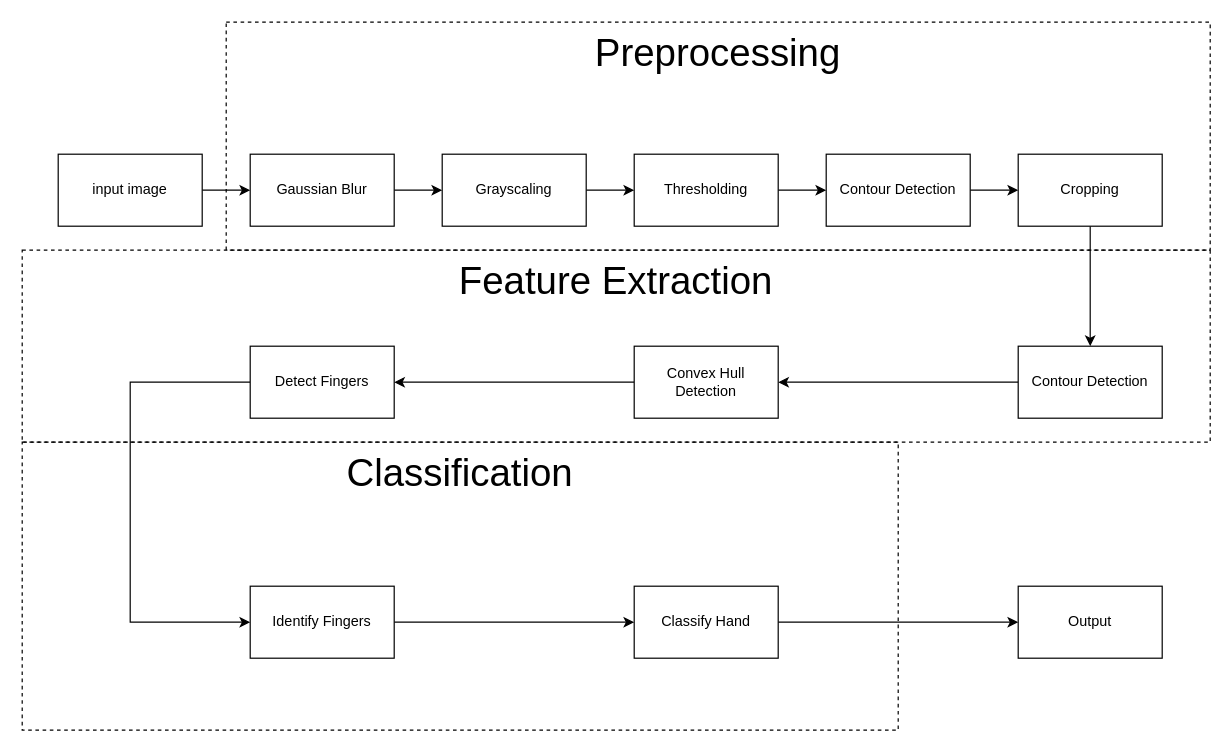
Before: diagrams/pipeline.drawio in PelleSwelle/MED3-project, a draw.io diagram. Source tidied: cells renumbered, new cells numbered last; positions are measured from the earlier drawing's top-left corner, leaving out a move shared by most shapes. Both pictures are drawn from the tidied source at 120%, with x=0, y=0 at pixel (22, 22).
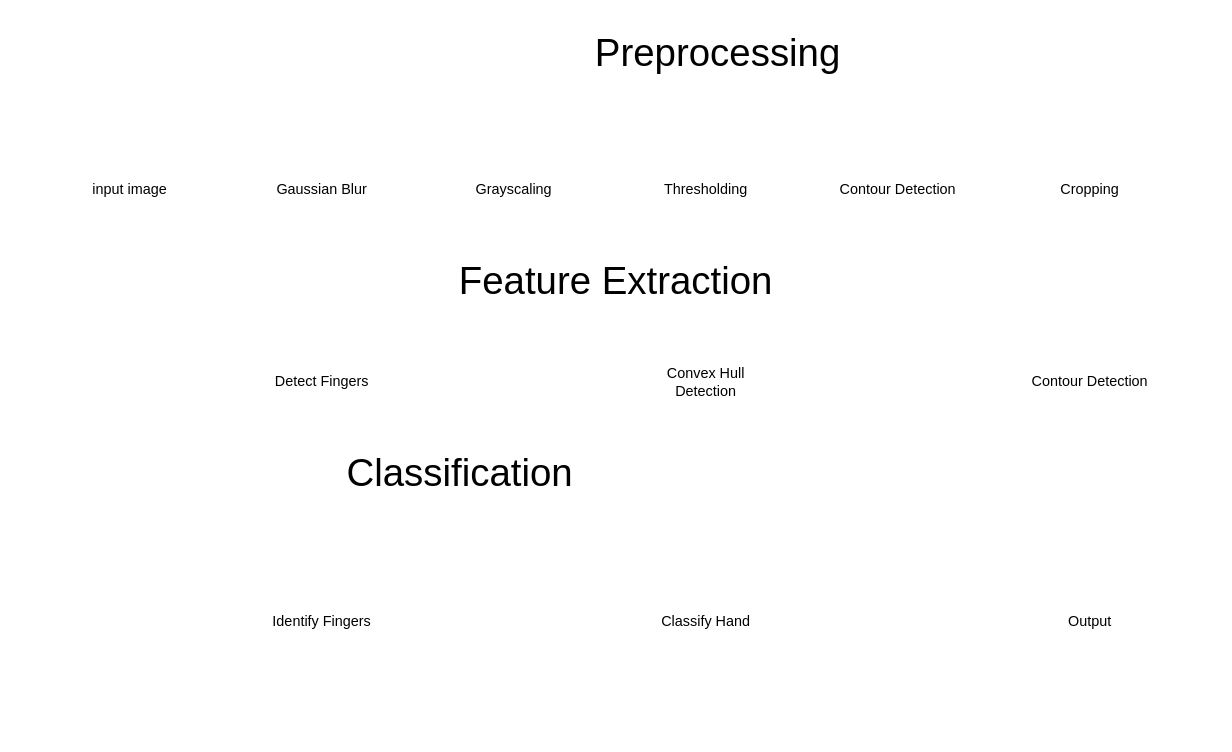
The same diagram, later.

What changed in the source:
```diff
@@
-    <mxCell id="2" style="edgeStyle=orthogonalEdgeStyle;rounded=0;jettySize=auto;html=1;entryX=0;entryY=0.5;entryDx=0;entryDy=0;fontSize=32;" parent="1" edge="1" source="3" target="6">
+    <mxCell id="2" style="edgeStyle=orthogonalEdgeStyle;rounded=0;jettySize=auto;html=1;entryX=0;entryY=0.5;entryDx=0;entryDy=0;fontSize=32;strokeWidth=3;strokeColor=#FFFFFF;" parent="1" edge="1" source="3" target="6">
       <mxGeometry relative="1" as="geometry" />
     </mxCell>
-    <mxCell id="3" value="input image" style="rounded=0;whiteSpace=wrap;html=1;" parent="1" vertex="1">
+    <mxCell id="3" value="input image" style="rounded=0;whiteSpace=wrap;html=1;strokeWidth=3;strokeColor=#FFFFFF;" parent="1" vertex="1">
       <mxGeometry x="30" y="110" width="120" height="60" as="geometry" />
     </mxCell>
-    <mxCell id="4" value="Output" style="rounded=0;whiteSpace=wrap;html=1;" parent="1" vertex="1">
+    <mxCell id="4" value="Output" style="rounded=0;whiteSpace=wrap;html=1;strokeWidth=3;strokeColor=#FFFFFF;" parent="1" vertex="1">
       <mxGeometry x="830" y="470" width="120" height="60" as="geometry" />
     </mxCell>
-    <mxCell id="5" style="edgeStyle=orthogonalEdgeStyle;rounded=0;jettySize=auto;html=1;entryX=0;entryY=0.5;entryDx=0;entryDy=0;fontSize=32;" parent="1" edge="1" source="6" target="8">
+    <mxCell id="5" style="edgeStyle=orthogonalEdgeStyle;rounded=0;jettySize=auto;html=1;entryX=0;entryY=0.5;entryDx=0;entryDy=0;fontSize=32;strokeWidth=3;strokeColor=#FFFFFF;" parent="1" edge="1" source="6" target="8">
       <mxGeometry relative="1" as="geometry" />
     </mxCell>
-    <mxCell id="6" value="Gaussian Blur" style="rounded=0;whiteSpace=wrap;html=1;" parent="1" vertex="1">
+    <mxCell id="6" value="Gaussian Blur" style="rounded=0;whiteSpace=wrap;html=1;strokeWidth=3;strokeColor=#FFFFFF;" parent="1" vertex="1">
       <mxGeometry x="190" y="110" width="120" height="60" as="geometry" />
     </mxCell>
-    <mxCell id="7" style="edgeStyle=orthogonalEdgeStyle;rounded=0;jettySize=auto;html=1;entryX=0;entryY=0.5;entryDx=0;entryDy=0;fontSize=32;" parent="1" edge="1" source="8" target="10">
+    <mxCell id="7" style="edgeStyle=orthogonalEdgeStyle;rounded=0;jettySize=auto;html=1;entryX=0;entryY=0.5;entryDx=0;entryDy=0;fontSize=32;strokeWidth=3;strokeColor=#FFFFFF;" parent="1" edge="1" source="8" target="10">
       <mxGeometry relative="1" as="geometry" />
     </mxCell>
-    <mxCell id="8" value="Grayscaling" style="rounded=0;whiteSpace=wrap;html=1;" parent="1" vertex="1">
+    <mxCell id="8" value="Grayscaling" style="rounded=0;whiteSpace=wrap;html=1;strokeWidth=3;strokeColor=#FFFFFF;" parent="1" vertex="1">
       <mxGeometry x="350" y="110" width="120" height="60" as="geometry" />
     </mxCell>
-    <mxCell id="9" style="edgeStyle=orthogonalEdgeStyle;rounded=0;jettySize=auto;html=1;entryX=0;entryY=0.5;entryDx=0;entryDy=0;fontSize=32;" parent="1" edge="1" source="10" target="12">
+    <mxCell id="9" style="edgeStyle=orthogonalEdgeStyle;rounded=0;jettySize=auto;html=1;entryX=0;entryY=0.5;entryDx=0;entryDy=0;fontSize=32;strokeWidth=3;strokeColor=#FFFFFF;" parent="1" edge="1" source="10" target="12">
       <mxGeometry relative="1" as="geometry" />
     </mxCell>
-    <mxCell id="10" value="Thresholding" style="rounded=0;whiteSpace=wrap;html=1;" parent="1" vertex="1">
+    <mxCell id="10" value="Thresholding" style="rounded=0;whiteSpace=wrap;html=1;strokeWidth=3;strokeColor=#FFFFFF;" parent="1" vertex="1">
       <mxGeometry x="510" y="110" width="120" height="60" as="geometry" />
     </mxCell>
-    <mxCell id="11" style="edgeStyle=orthogonalEdgeStyle;rounded=0;jettySize=auto;html=1;entryX=0;entryY=0.5;entryDx=0;entryDy=0;fontSize=32;" parent="1" edge="1" source="12" target="14">
+    <mxCell id="11" style="edgeStyle=orthogonalEdgeStyle;rounded=0;jettySize=auto;html=1;entryX=0;entryY=0.5;entryDx=0;entryDy=0;fontSize=32;strokeWidth=3;strokeColor=#FFFFFF;" parent="1" edge="1" source="12" target="14">
       <mxGeometry relative="1" as="geometry" />
     </mxCell>
-    <mxCell id="12" value="Contour Detection" style="rounded=0;whiteSpace=wrap;html=1;" parent="1" vertex="1">
+    <mxCell id="12" value="Contour Detection" style="rounded=0;whiteSpace=wrap;html=1;strokeWidth=3;strokeColor=#FFFFFF;" parent="1" vertex="1">
       <mxGeometry x="670" y="110" width="120" height="60" as="geometry" />
     </mxCell>
-    <mxCell id="13" style="edgeStyle=orthogonalEdgeStyle;rounded=0;jettySize=auto;html=1;entryX=0.5;entryY=0;entryDx=0;entryDy=0;fontSize=32;" parent="1" edge="1" source="14" target="16">
+    <mxCell id="13" style="edgeStyle=orthogonalEdgeStyle;rounded=0;jettySize=auto;html=1;entryX=0.5;entryY=0;entryDx=0;entryDy=0;fontSize=32;strokeWidth=3;strokeColor=#FFFFFF;" parent="1" edge="1" source="14" target="16">
       <mxGeometry relative="1" as="geometry" />
     </mxCell>
-    <mxCell id="14" value="Cropping" style="rounded=0;whiteSpace=wrap;html=1;" parent="1" vertex="1">
+    <mxCell id="14" value="Cropping" style="rounded=0;whiteSpace=wrap;html=1;strokeWidth=3;strokeColor=#FFFFFF;" parent="1" vertex="1">
       <mxGeometry x="830" y="110" width="120" height="60" as="geometry" />
     </mxCell>
-    <mxCell id="15" style="edgeStyle=orthogonalEdgeStyle;rounded=0;jettySize=auto;html=1;entryX=1;entryY=0.5;entryDx=0;entryDy=0;fontSize=32;" parent="1" edge="1" source="16" target="18">
+    <mxCell id="15" style="edgeStyle=orthogonalEdgeStyle;rounded=0;jettySize=auto;html=1;entryX=1;entryY=0.5;entryDx=0;entryDy=0;fontSize=32;strokeWidth=3;strokeColor=#FFFFFF;" parent="1" edge="1" source="16" target="18">
       <mxGeometry relative="1" as="geometry" />
     </mxCell>
-    <mxCell id="16" value="Contour Detection" style="rounded=0;whiteSpace=wrap;html=1;" parent="1" vertex="1">
+    <mxCell id="16" value="Contour Detection" style="rounded=0;whiteSpace=wrap;html=1;strokeWidth=3;strokeColor=#FFFFFF;" parent="1" vertex="1">
       <mxGeometry x="830" y="270" width="120" height="60" as="geometry" />
     </mxCell>
-    <mxCell id="17" style="edgeStyle=orthogonalEdgeStyle;rounded=0;jettySize=auto;html=1;entryX=1;entryY=0.5;entryDx=0;entryDy=0;fontSize=32;" parent="1" edge="1" source="18" target="20">
+    <mxCell id="17" style="edgeStyle=orthogonalEdgeStyle;rounded=0;jettySize=auto;html=1;entryX=1;entryY=0.5;entryDx=0;entryDy=0;fontSize=32;strokeWidth=3;strokeColor=#FFFFFF;" parent="1" edge="1" source="18" target="20">
       <mxGeometry relative="1" as="geometry" />
     </mxCell>
-    <mxCell id="18" value="Convex Hull Detection" style="rounded=0;whiteSpace=wrap;html=1;" parent="1" vertex="1">
+    <mxCell id="18" value="Convex Hull Detection" style="rounded=0;whiteSpace=wrap;html=1;strokeWidth=3;strokeColor=#FFFFFF;" parent="1" vertex="1">
       <mxGeometry x="510" y="270" width="120" height="60" as="geometry" />
     </mxCell>
-    <mxCell id="19" style="edgeStyle=orthogonalEdgeStyle;rounded=0;jettySize=auto;html=1;entryX=0;entryY=0.5;entryDx=0;entryDy=0;fontSize=32;" parent="1" edge="1" source="20" target="22">
+    <mxCell id="19" style="edgeStyle=orthogonalEdgeStyle;rounded=0;jettySize=auto;html=1;entryX=0;entryY=0.5;entryDx=0;entryDy=0;fontSize=32;strokeWidth=3;strokeColor=#FFFFFF;" parent="1" edge="1" source="20" target="22">
       <mxGeometry relative="1" as="geometry">
         <Array as="points">
           <mxPoint x="90" y="300" />
           <mxPoint x="90" y="500" />
         </Array>
       </mxGeometry>
     </mxCell>
-    <mxCell id="20" value="Detect Fingers" style="rounded=0;whiteSpace=wrap;html=1;" parent="1" vertex="1">
+    <mxCell id="20" value="Detect Fingers" style="rounded=0;whiteSpace=wrap;html=1;strokeWidth=3;strokeColor=#FFFFFF;" parent="1" vertex="1">
       <mxGeometry x="190" y="270" width="120" height="60" as="geometry" />
     </mxCell>
-    <mxCell id="21" style="edgeStyle=orthogonalEdgeStyle;rounded=0;jettySize=auto;html=1;entryX=0;entryY=0.5;entryDx=0;entryDy=0;fontSize=32;" parent="1" edge="1" source="22" target="24">
+    <mxCell id="21" style="edgeStyle=orthogonalEdgeStyle;rounded=0;jettySize=auto;html=1;entryX=0;entryY=0.5;entryDx=0;entryDy=0;fontSize=32;strokeWidth=3;strokeColor=#FFFFFF;" parent="1" edge="1" source="22" target="24">
       <mxGeometry relative="1" as="geometry" />
     </mxCell>
-    <mxCell id="22" value="Identify Fingers" style="rounded=0;whiteSpace=wrap;html=1;" parent="1" vertex="1">
+    <mxCell id="22" value="Identify Fingers" style="rounded=0;whiteSpace=wrap;html=1;strokeWidth=3;strokeColor=#FFFFFF;" parent="1" vertex="1">
       <mxGeometry x="190" y="470" width="120" height="60" as="geometry" />
     </mxCell>
-    <mxCell id="23" style="edgeStyle=orthogonalEdgeStyle;rounded=0;jettySize=auto;html=1;fontSize=32;" parent="1" edge="1" source="24" target="4">
+    <mxCell id="23" style="edgeStyle=orthogonalEdgeStyle;rounded=0;jettySize=auto;html=1;fontSize=32;strokeWidth=3;strokeColor=#FFFFFF;" parent="1" edge="1" source="24" target="4">
       <mxGeometry relative="1" as="geometry" />
     </mxCell>
-    <mxCell id="24" value="Classify Hand" style="rounded=0;whiteSpace=wrap;html=1;" parent="1" vertex="1">
+    <mxCell id="24" value="Classify Hand" style="rounded=0;whiteSpace=wrap;html=1;strokeWidth=3;strokeColor=#FFFFFF;" parent="1" vertex="1">
       <mxGeometry x="510" y="470" width="120" height="60" as="geometry" />
     </mxCell>
-    <mxCell id="25" value="Preprocessing" style="rounded=0;whiteSpace=wrap;html=1;fontSize=32;fillColor=none;verticalAlign=top;dashed=1;" parent="1" vertex="1">
+    <mxCell id="25" value="Preprocessing" style="rounded=0;whiteSpace=wrap;html=1;fontSize=32;fillColor=none;verticalAlign=top;dashed=1;strokeWidth=3;strokeColor=#FFFFFF;" parent="1" vertex="1">
       <mxGeometry x="170" width="820" height="190" as="geometry" />
     </mxCell>
-    <mxCell id="26" value="Feature Extraction" style="rounded=0;whiteSpace=wrap;html=1;fontSize=32;fillColor=none;verticalAlign=top;dashed=1;" parent="1" vertex="1">
+    <mxCell id="26" value="Feature Extraction" style="rounded=0;whiteSpace=wrap;html=1;fontSize=32;fillColor=none;verticalAlign=top;dashed=1;strokeWidth=3;strokeColor=#FFFFFF;" parent="1" vertex="1">
       <mxGeometry y="190" width="990" height="160" as="geometry" />
     </mxCell>
-    <mxCell id="27" value="Classification" style="rounded=0;whiteSpace=wrap;html=1;fontSize=32;fillColor=none;verticalAlign=top;dashed=1;" parent="1" vertex="1">
+    <mxCell id="27" value="Classification" style="rounded=0;whiteSpace=wrap;html=1;fontSize=32;fillColor=none;verticalAlign=top;dashed=1;strokeWidth=3;strokeColor=#FFFFFF;" parent="1" vertex="1">
       <mxGeometry y="350" width="730" height="240" as="geometry" />
     </mxCell>
```
